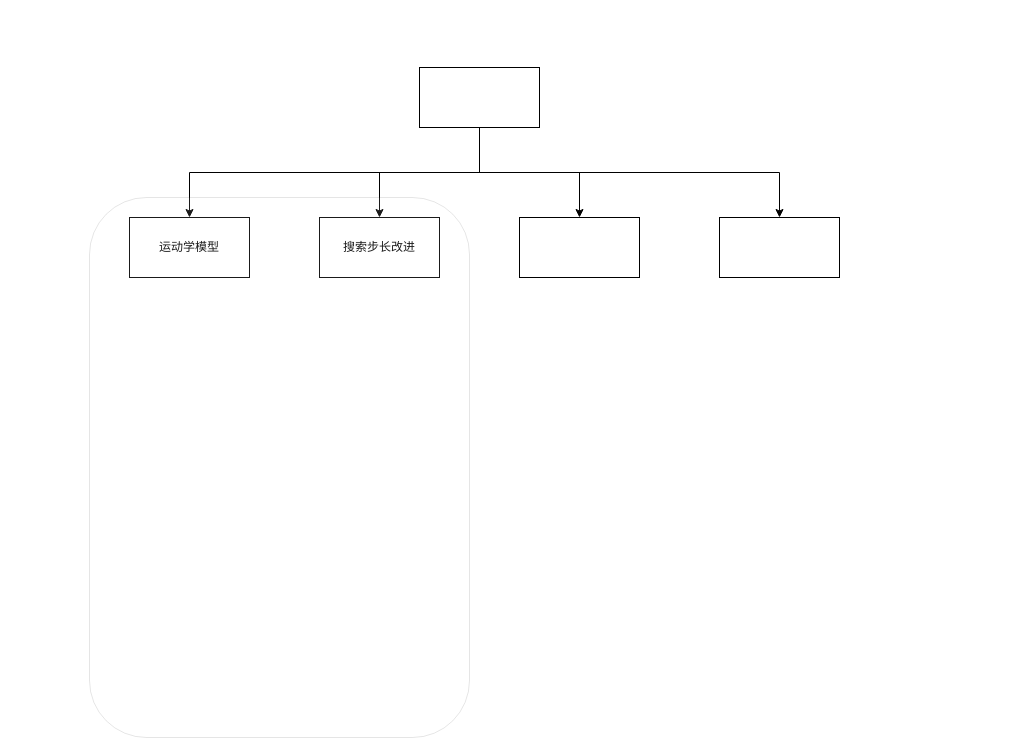
This is 未命名绘图.drawio from JonHarold/-_myFirstRepository, a draw.io file, before an edit. Source tidied: cells renumbered, new cells numbered last; positions are measured from the earlier drawing's top-left corner, leaving out a move shared by most shapes. Both pictures are drawn from the tidied source at 100%, with x=0, y=0 at pixel (89, 67).
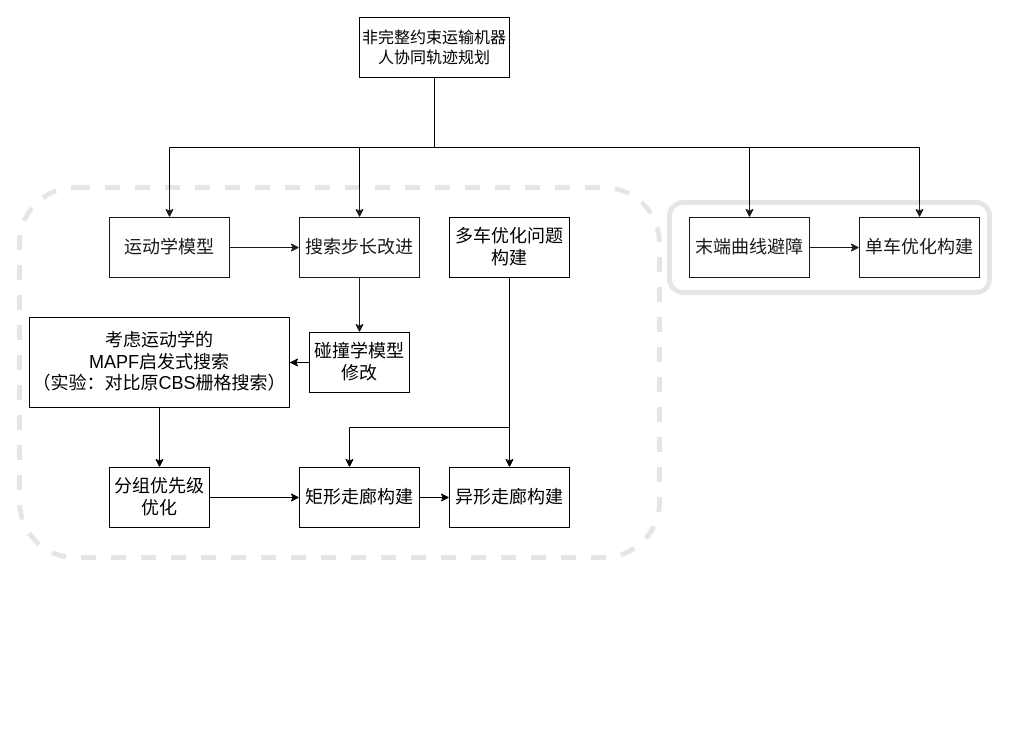
The same diagram, later.

Commit message (it also covers changes not shown here):
更新未命名绘图.drawio

The edit, as a diff of the source:
```diff
@@
+    <mxCell id="12" style="edgeStyle=orthogonalEdgeStyle;rounded=0;jettySize=auto;html=1;entryX=0;entryY=0.5;entryDx=0;entryDy=0;fontSize=18;" parent="1" edge="1" source="2" target="3">
+      <mxGeometry relative="1" as="geometry" />
+    </mxCell>
-    <mxCell id="2" value="运动学模型" style="rounded=0;whiteSpace=wrap;html=1;" parent="1" vertex="1">
-      <mxGeometry x="40" y="150" width="120" height="60" as="geometry" />
+    <mxCell id="2" value="&lt;font style=&quot;font-size: 18px;&quot;&gt;运动学模型&lt;/font&gt;" style="rounded=0;whiteSpace=wrap;html=1;" parent="1" vertex="1">
+      <mxGeometry x="20" y="150" width="120" height="60" as="geometry" />
     </mxCell>
+    <mxCell id="13" style="edgeStyle=orthogonalEdgeStyle;rounded=0;jettySize=auto;html=1;entryX=0.5;entryY=0;entryDx=0;entryDy=0;fontSize=18;" parent="1" edge="1" source="3" target="18">
+      <mxGeometry relative="1" as="geometry" />
+    </mxCell>
-    <mxCell id="3" value="搜索步长改进" style="rounded=0;whiteSpace=wrap;html=1;" parent="1" vertex="1">
-      <mxGeometry x="230" y="150" width="120" height="60" as="geometry" />
+    <mxCell id="3" value="&lt;font style=&quot;font-size: 18px;&quot;&gt;搜索步长改进&lt;/font&gt;" style="rounded=0;whiteSpace=wrap;html=1;" parent="1" vertex="1">
+      <mxGeometry x="210" y="150" width="120" height="60" as="geometry" />
     </mxCell>
-    <mxCell id="4" style="rounded=0;whiteSpace=wrap;html=1;" parent="1" vertex="1">
-      <mxGeometry x="630" y="150" width="120" height="60" as="geometry" />
+    <mxCell id="4" value="&lt;font style=&quot;font-size: 18px;&quot;&gt;单车优化构建&lt;/font&gt;" style="rounded=0;whiteSpace=wrap;html=1;" parent="1" vertex="1">
+      <mxGeometry x="770" y="150" width="120" height="60" as="geometry" />
     </mxCell>
+    <mxCell id="14" style="edgeStyle=orthogonalEdgeStyle;rounded=0;jettySize=auto;html=1;entryX=0;entryY=0.5;entryDx=0;entryDy=0;fontSize=16;" parent="1" edge="1" source="5" target="4">
+      <mxGeometry relative="1" as="geometry" />
+    </mxCell>
-    <mxCell id="5" style="rounded=0;whiteSpace=wrap;html=1;" parent="1" vertex="1">
-      <mxGeometry x="430" y="150" width="120" height="60" as="geometry" />
+    <mxCell id="5" value="&lt;font style=&quot;font-size: 18px;&quot;&gt;末端曲线避障&lt;/font&gt;" style="rounded=0;whiteSpace=wrap;html=1;" parent="1" vertex="1">
+      <mxGeometry x="600" y="150" width="120" height="60" as="geometry" />
     </mxCell>
@@
-    <mxCell id="7" style="edgeStyle=orthogonalEdgeStyle;rounded=0;jettySize=auto;html=1;" parent="1" edge="1" source="10" target="5">
-      <mxGeometry relative="1" as="geometry" />
+    <mxCell id="7" style="edgeStyle=orthogonalEdgeStyle;rounded=0;jettySize=auto;html=1;exitX=0.5;exitY=1;exitDx=0;exitDy=0;" parent="1" edge="1" source="10" target="5">
+      <mxGeometry relative="1" as="geometry">
+        <Array as="points">
+          <mxPoint x="345" y="80" />
+          <mxPoint x="660" y="80" />
+        </Array>
+      </mxGeometry>
     </mxCell>
@@
-    <mxCell id="10" style="rounded=0;whiteSpace=wrap;html=1;" parent="1" vertex="1">
-      <mxGeometry x="330" width="120" height="60" as="geometry" />
+    <mxCell id="10" value="&lt;font style=&quot;font-size: 16px;&quot;&gt;非完整约束运输机器人协同轨迹规划&lt;/font&gt;" style="rounded=0;whiteSpace=wrap;html=1;" parent="1" vertex="1">
+      <mxGeometry x="270" y="-50" width="150" height="60" as="geometry" />
     </mxCell>
-    <mxCell id="11" style="rounded=1;whiteSpace=wrap;html=1;gradientColor=none;opacity=10;" parent="1" vertex="1">
-      <mxGeometry y="130" width="380" height="540" as="geometry" />
+    <mxCell id="11" style="rounded=1;whiteSpace=wrap;html=1;gradientColor=none;opacity=10;strokeWidth=5;dashed=1;" parent="1" vertex="1">
+      <mxGeometry x="-70" y="120" width="640" height="370" as="geometry" />
     </mxCell>
+    <mxCell id="15" style="edgeStyle=orthogonalEdgeStyle;rounded=0;jettySize=auto;html=1;fontSize=18;" parent="1" edge="1" source="16" target="24">
+      <mxGeometry relative="1" as="geometry" />
+    </mxCell>
+    <mxCell id="16" value="&lt;font style=&quot;font-size: 18px;&quot;&gt;考虑运动学的&lt;br&gt;MAPF启发式搜索&lt;br&gt;（实验：对比原CBS栅格搜索）&lt;/font&gt;" style="rounded=0;whiteSpace=wrap;html=1;strokeWidth=1;gradientColor=none;" parent="1" vertex="1">
+      <mxGeometry x="-60" y="250" width="260" height="90" as="geometry" />
+    </mxCell>
+    <mxCell id="17" style="edgeStyle=orthogonalEdgeStyle;rounded=0;jettySize=auto;html=1;exitX=0;exitY=0.5;exitDx=0;exitDy=0;fontSize=18;" parent="1" edge="1" source="18" target="16">
+      <mxGeometry relative="1" as="geometry" />
+    </mxCell>
+    <mxCell id="18" value="&lt;font style=&quot;font-size: 18px;&quot;&gt;碰撞学模型修改&lt;/font&gt;" style="rounded=0;whiteSpace=wrap;html=1;strokeWidth=1;gradientColor=none;" parent="1" vertex="1">
+      <mxGeometry x="220" y="265" width="100" height="60" as="geometry" />
+    </mxCell>
+    <mxCell id="19" style="edgeStyle=orthogonalEdgeStyle;rounded=0;orthogonalLoop=1;jettySize=auto;html=1;exitX=0.5;exitY=1;exitDx=0;exitDy=0;fontSize=18;" parent="1" edge="1" source="16" target="16">
+      <mxGeometry relative="1" as="geometry" />
+    </mxCell>
+    <mxCell id="20" style="edgeStyle=orthogonalEdgeStyle;rounded=0;jettySize=auto;html=1;fontSize=18;" parent="1" edge="1" source="22" target="27">
+      <mxGeometry relative="1" as="geometry" />
+    </mxCell>
+    <mxCell id="21" style="edgeStyle=orthogonalEdgeStyle;rounded=0;jettySize=auto;html=1;fontSize=18;exitX=0.5;exitY=1;exitDx=0;exitDy=0;" parent="1" edge="1" source="22" target="26">
+      <mxGeometry relative="1" as="geometry">
+        <Array as="points">
+          <mxPoint x="420" y="360" />
+          <mxPoint x="260" y="360" />
+        </Array>
+      </mxGeometry>
+    </mxCell>
+    <mxCell id="22" value="多车优化问题构建" style="rounded=0;whiteSpace=wrap;html=1;strokeWidth=1;fontSize=18;gradientColor=none;" parent="1" vertex="1">
+      <mxGeometry x="360" y="150" width="120" height="60" as="geometry" />
+    </mxCell>
+    <mxCell id="23" style="edgeStyle=orthogonalEdgeStyle;rounded=0;jettySize=auto;html=1;entryX=0;entryY=0.5;entryDx=0;entryDy=0;fontSize=18;" parent="1" edge="1" source="24" target="26">
+      <mxGeometry relative="1" as="geometry" />
+    </mxCell>
+    <mxCell id="24" value="分组优先级优化" style="rounded=0;whiteSpace=wrap;html=1;strokeWidth=1;fontSize=18;gradientColor=none;" parent="1" vertex="1">
+      <mxGeometry x="20" y="400" width="100" height="60" as="geometry" />
+    </mxCell>
+    <mxCell id="25" style="edgeStyle=orthogonalEdgeStyle;rounded=0;jettySize=auto;html=1;fontSize=18;" parent="1" edge="1" source="26" target="27">
+      <mxGeometry relative="1" as="geometry" />
+    </mxCell>
+    <mxCell id="26" value="矩形走廊构建" style="rounded=0;whiteSpace=wrap;html=1;strokeWidth=1;fontSize=18;gradientColor=none;" parent="1" vertex="1">
+      <mxGeometry x="210" y="400" width="120" height="60" as="geometry" />
+    </mxCell>
+    <mxCell id="27" value="异形走廊构建" style="rounded=0;whiteSpace=wrap;html=1;strokeWidth=1;fontSize=18;gradientColor=none;" parent="1" vertex="1">
+      <mxGeometry x="360" y="400" width="120" height="60" as="geometry" />
+    </mxCell>
+    <mxCell id="28" style="rounded=1;whiteSpace=wrap;html=1;strokeWidth=5;fontSize=16;gradientColor=none;textOpacity=10;labelBackgroundColor=none;opacity=10;" parent="1" vertex="1">
+      <mxGeometry x="580" y="135" width="320" height="90" as="geometry" />
+    </mxCell>
```
